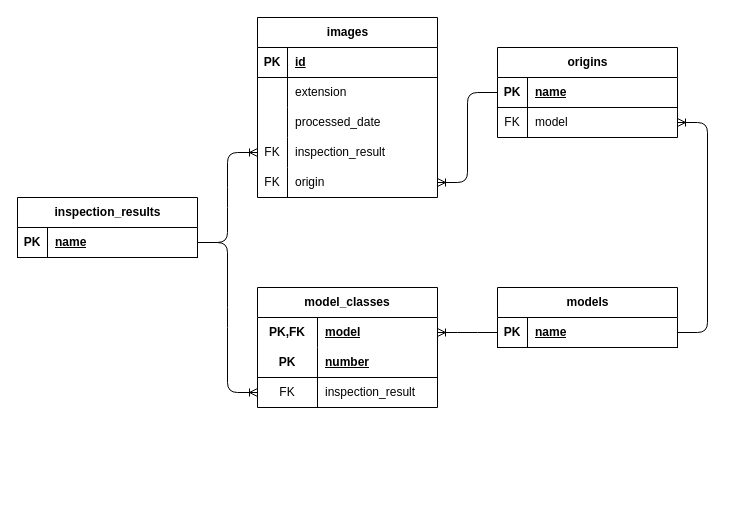
This is page "Database" (2 of 2) of docs/architecture.dio from Jaimead7/PartsSorter, a draw.io file, before an edit. Source tidied: cells renumbered, new cells numbered last; positions are measured from the earlier drawing's top-left corner, leaving out a move shared by most shapes. Both pictures are drawn from the tidied source at 100%, with x=0, y=0 at pixel (17, 17).
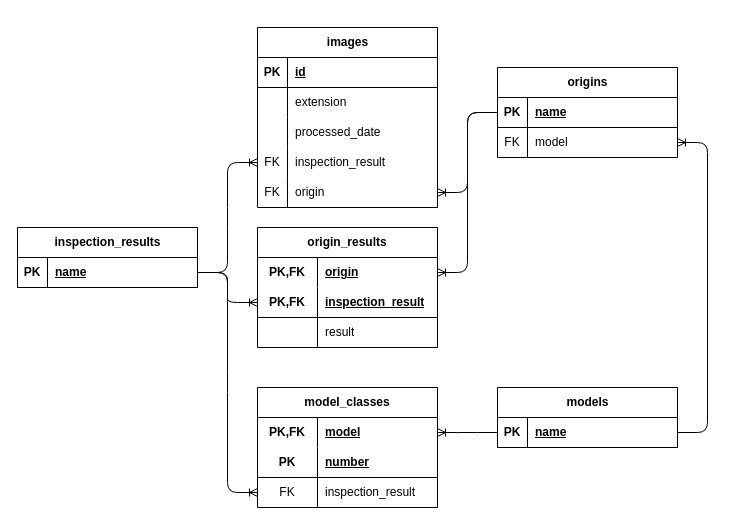
The same diagram, later.

The change refers to these unchanged cells:
```xml
<mxCell id="3" style="shape=tableRow;horizontal=0;startSize=0;swimlaneHead=0;swimlaneBody=0;fillColor=none;points=[[0,0.5],[1,0.5]];portConstraint=eastwest;top=0;left=0;right=0;bottom=1;" parent="2" vertex="1">
  <mxGeometry y="30" width="180" height="30" as="geometry" />
</mxCell>
<mxCell id="40" style="shape=tableRow;horizontal=0;startSize=0;swimlaneHead=0;swimlaneBody=0;fillColor=none;points=[[0,0.5],[1,0.5]];portConstraint=eastwest;top=0;left=0;right=0;bottom=1;" parent="39" vertex="1">
  <mxGeometry y="30" width="180" height="30" as="geometry" />
</mxCell>
```

The edit, as a diff of the source:
```diff
@@
     <mxCell id="2" value="inspection_results" style="shape=table;startSize=30;childLayout=tableLayout;rowLines=0;fontStyle=1;align=center;html=1;" parent="1" vertex="1">
-      <mxGeometry y="180" width="180" height="60" as="geometry" />
+      <mxGeometry y="210" width="180" height="60" as="geometry" />
     </mxCell>
@@
     <mxCell id="7" value="images" style="shape=table;startSize=30;childLayout=tableLayout;rowLines=0;fontStyle=1;align=center;html=1;" parent="1" vertex="1">
-      <mxGeometry x="240" width="180" height="180" as="geometry" />
+      <mxGeometry x="240" y="10" width="180" height="180" as="geometry" />
     </mxCell>
@@
     <mxCell id="23" value="models" style="shape=table;startSize=30;childLayout=tableLayout;rowLines=0;fontStyle=1;align=center;html=1;" parent="1" vertex="1">
-      <mxGeometry x="480" y="270" width="180" height="60" as="geometry" />
+      <mxGeometry x="480" y="370" width="180" height="60" as="geometry" />
     </mxCell>
@@
     <mxCell id="29" value="model_classes" style="shape=table;startSize=30;childLayout=tableLayout;rowLines=0;fontStyle=1;align=center;html=1;whiteSpace=wrap;" parent="1" vertex="1">
-      <mxGeometry x="240" y="270" width="180" height="120" as="geometry" />
+      <mxGeometry x="240" y="370" width="180" height="120" as="geometry" />
     </mxCell>
@@
     <mxCell id="39" value="origins" style="shape=table;startSize=30;childLayout=tableLayout;rowLines=0;fontStyle=1;align=center;html=1;" parent="1" vertex="1">
-      <mxGeometry x="480" y="30" width="180" height="90" as="geometry" />
+      <mxGeometry x="480" y="50" width="180" height="90" as="geometry" />
     </mxCell>
@@
+    <mxCell id="48" value="origin_results" style="shape=table;startSize=30;childLayout=tableLayout;rowLines=0;fontStyle=1;align=center;html=1;whiteSpace=wrap;" parent="1" vertex="1">
+      <mxGeometry x="240" y="210" width="180" height="120" as="geometry" />
+    </mxCell>
+    <mxCell id="49" style="shape=tableRow;horizontal=0;startSize=0;swimlaneHead=0;swimlaneBody=0;fillColor=none;points=[[0,0.5],[1,0.5]];portConstraint=eastwest;top=0;left=0;right=0;bottom=0;html=1;" parent="48" vertex="1">
+      <mxGeometry y="30" width="180" height="30" as="geometry" />
+    </mxCell>
+    <mxCell id="50" value="PK,FK" style="shape=partialRectangle;fillColor=none;top=0;left=0;bottom=0;right=0;fontStyle=1;overflow=hidden;html=1;whiteSpace=wrap;" parent="49" vertex="1">
+      <mxGeometry width="60" height="30" as="geometry" />
+    </mxCell>
+    <mxCell id="51" value="origin" style="shape=partialRectangle;fillColor=none;top=0;left=0;bottom=0;right=0;align=left;spacingLeft=6;fontStyle=5;overflow=hidden;html=1;whiteSpace=wrap;" parent="49" vertex="1">
+      <mxGeometry x="60" width="120" height="30" as="geometry" />
+    </mxCell>
+    <mxCell id="52" style="shape=tableRow;horizontal=0;startSize=0;swimlaneHead=0;swimlaneBody=0;fillColor=none;points=[[0,0.5],[1,0.5]];portConstraint=eastwest;top=0;left=0;right=0;bottom=1;html=1;" parent="48" vertex="1">
+      <mxGeometry y="60" width="180" height="30" as="geometry" />
+    </mxCell>
+    <mxCell id="53" value="PK,FK" style="shape=partialRectangle;fillColor=none;top=0;left=0;bottom=0;right=0;fontStyle=1;overflow=hidden;html=1;whiteSpace=wrap;" parent="52" vertex="1">
+      <mxGeometry width="60" height="30" as="geometry" />
+    </mxCell>
+    <mxCell id="54" value="inspection_result" style="shape=partialRectangle;fillColor=none;top=0;left=0;bottom=0;right=0;align=left;spacingLeft=6;fontStyle=5;overflow=hidden;html=1;whiteSpace=wrap;" parent="52" vertex="1">
+      <mxGeometry x="60" width="120" height="30" as="geometry" />
+    </mxCell>
+    <mxCell id="55" style="shape=tableRow;horizontal=0;startSize=0;swimlaneHead=0;swimlaneBody=0;fillColor=none;top=0;left=0;right=0;bottom=0;html=1;" parent="48" vertex="1">
+      <mxGeometry y="90" width="180" height="30" as="geometry" />
+    </mxCell>
+    <mxCell id="56" style="shape=partialRectangle;fillColor=none;top=0;left=0;bottom=0;right=0;overflow=hidden;html=1;whiteSpace=wrap;" parent="55" vertex="1">
+      <mxGeometry width="60" height="30" as="geometry" />
+    </mxCell>
+    <mxCell id="57" value="result" style="shape=partialRectangle;fillColor=none;top=0;left=0;bottom=0;right=0;align=left;spacingLeft=6;overflow=hidden;html=1;whiteSpace=wrap;" parent="55" vertex="1">
+      <mxGeometry x="60" width="120" height="30" as="geometry" />
+    </mxCell>
+    <mxCell id="58" style="edgeStyle=entityRelationEdgeStyle;fontSize=12;html=1;endArrow=ERoneToMany;entryX=0;entryY=0.5;entryDx=0;entryDy=0;exitX=1;exitY=0.5;exitDx=0;exitDy=0;" parent="1" edge="1" source="3" target="52">
+      <mxGeometry relative="1" as="geometry">
+        <Array as="points">
+          <mxPoint x="-40" y="360" />
+          <mxPoint x="130" y="320" />
+          <mxPoint x="110" y="380" />
+          <mxPoint x="10" y="380" />
+          <mxPoint x="-40" y="380" />
+        </Array>
+      </mxGeometry>
+    </mxCell>
+    <mxCell id="59" style="edgeStyle=entityRelationEdgeStyle;fontSize=12;html=1;endArrow=ERoneToMany;entryX=1;entryY=0.5;entryDx=0;entryDy=0;exitX=0;exitY=0.5;exitDx=0;exitDy=0;" parent="1" edge="1" source="40" target="49">
+      <mxGeometry relative="1" as="geometry">
+        <Array as="points">
+          <mxPoint x="930" y="160" />
+          <mxPoint x="980" y="345" />
+        </Array>
+      </mxGeometry>
+    </mxCell>
```
